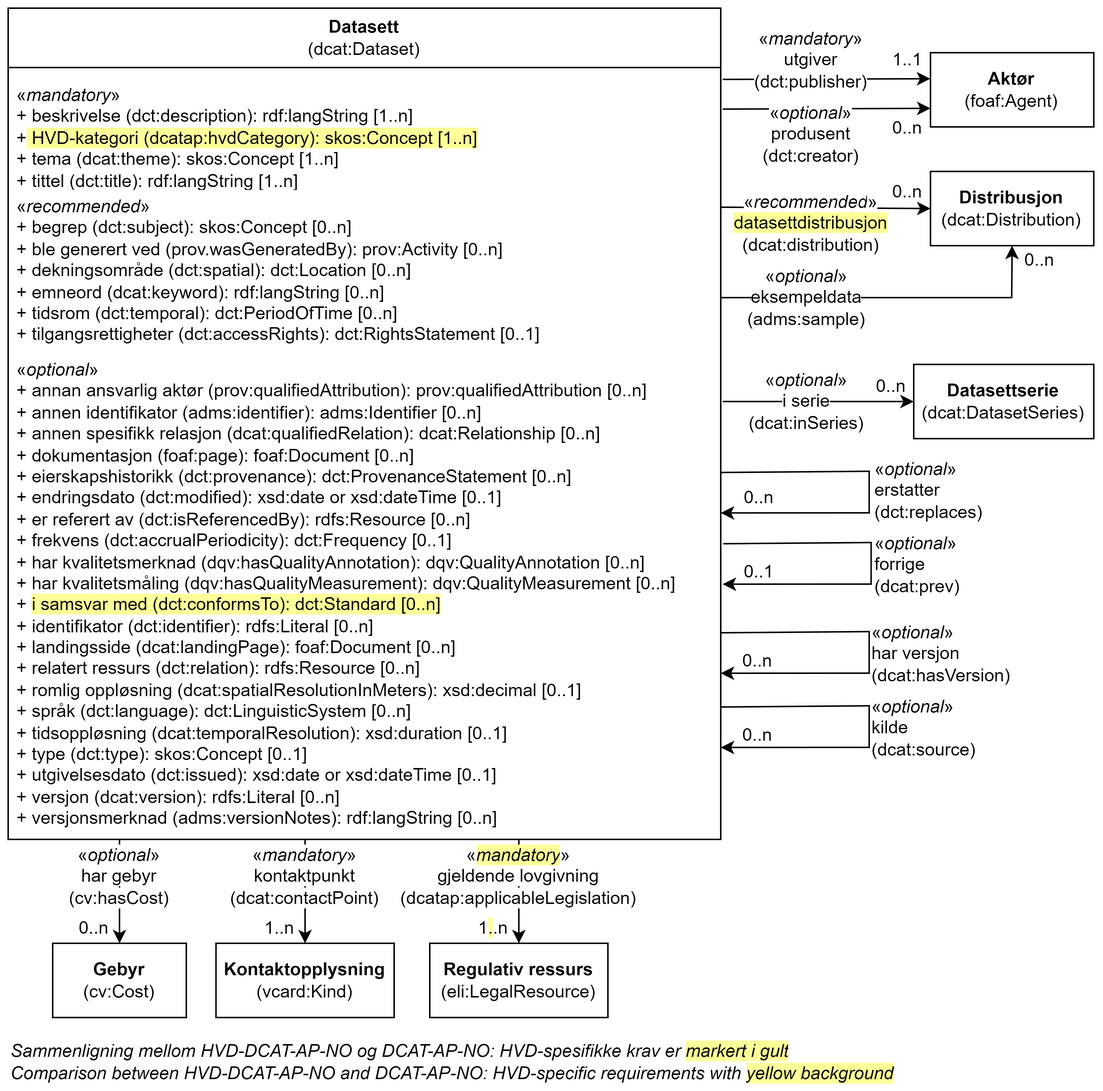
This is docs/images/Klassen-Datasett.png from Informasjonsforvaltning/hvd-dcat-ap-no, a draw.io export, as it was before one commit. Source tidied: cells renumbered, new cells last; positions are measured from the earlier drawing's top-left corner, leaving out a move shared by most shapes.
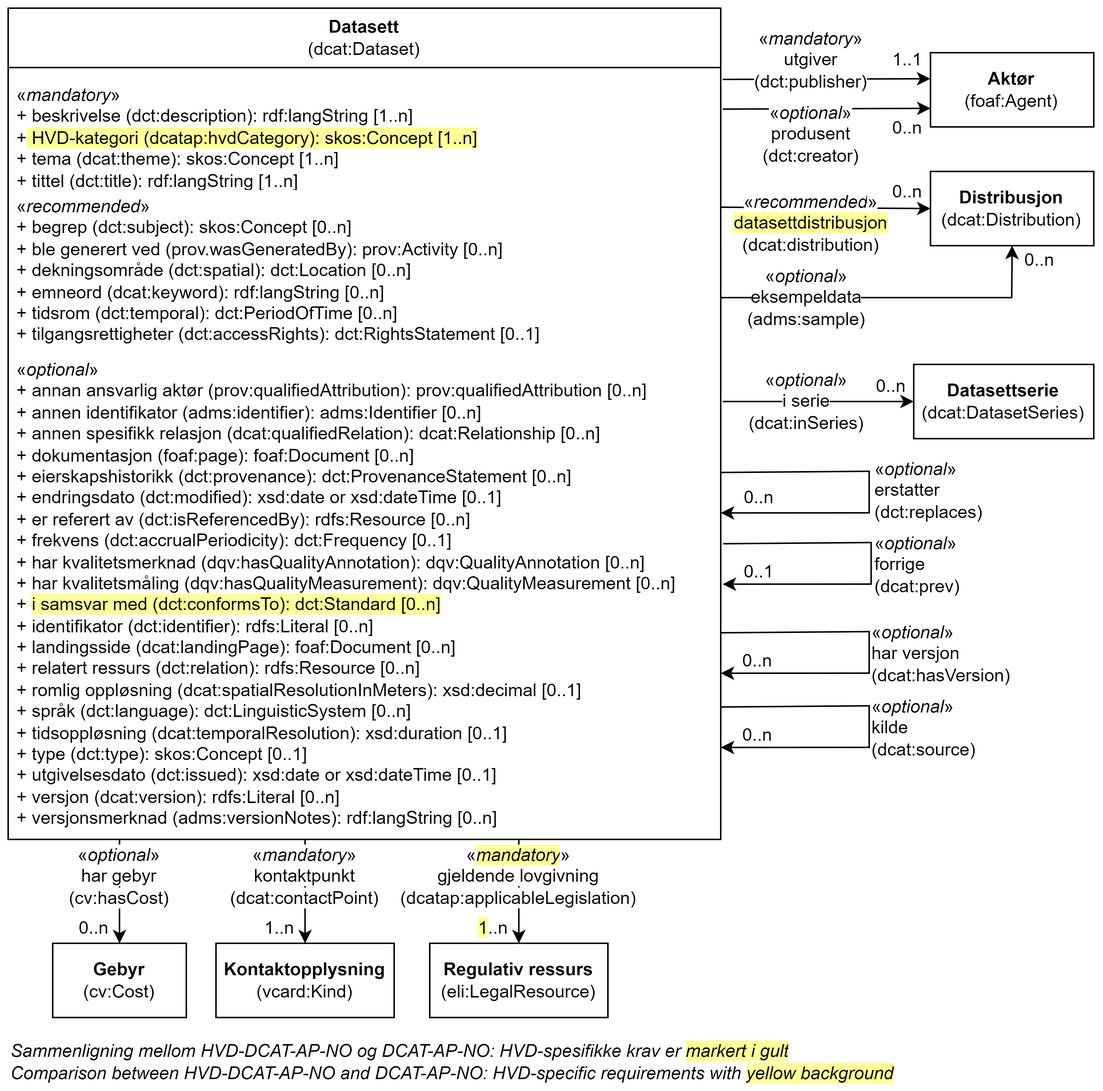
The same file after the commit.

Diff of the diagram source:
```diff
@@ -176,7 +176,7 @@
     <mxCell id="44" value="&lt;b&gt;Regulativ ressurs&lt;/b&gt;&lt;br&gt;(eli:LegalResource)" style="html=1;whiteSpace=wrap;" parent="1" vertex="1">
       <mxGeometry x="284" y="630" width="120" height="50" as="geometry" />
     </mxCell>
-    <mxCell id="45" value="1&lt;span style=&quot;background-color: rgb(255, 255, 153);&quot;&gt;.&lt;/span&gt;.n" style="text;html=1;strokeColor=none;fillColor=none;align=center;verticalAlign=middle;whiteSpace=wrap;rounded=0;" parent="1" vertex="1">
+    <mxCell id="45" value="&lt;span style=&quot;background-color: rgb(255, 255, 153);&quot;&gt;1&lt;/span&gt;..n" style="text;html=1;strokeColor=none;fillColor=none;align=center;verticalAlign=middle;whiteSpace=wrap;rounded=0;" parent="1" vertex="1">
       <mxGeometry x="313" y="610" width="28" height="20" as="geometry" />
     </mxCell>
     <mxCell id="46" style="endArrow=classic;html=1;rounded=0;" parent="1" edge="1" target="44">
```
